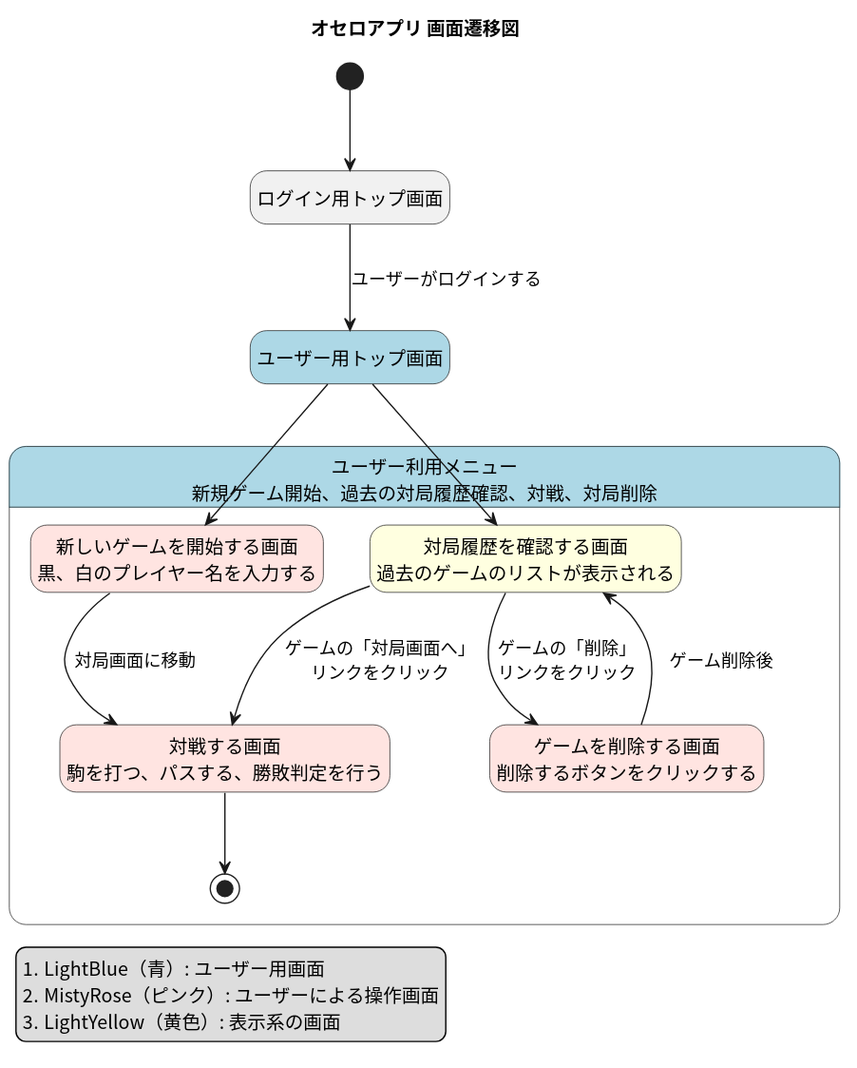
Earlier version of the PlantUML export docs/screen_flow/screen_flow_diagram/screen_flow.svg (tomoki-shiozaki/othello).
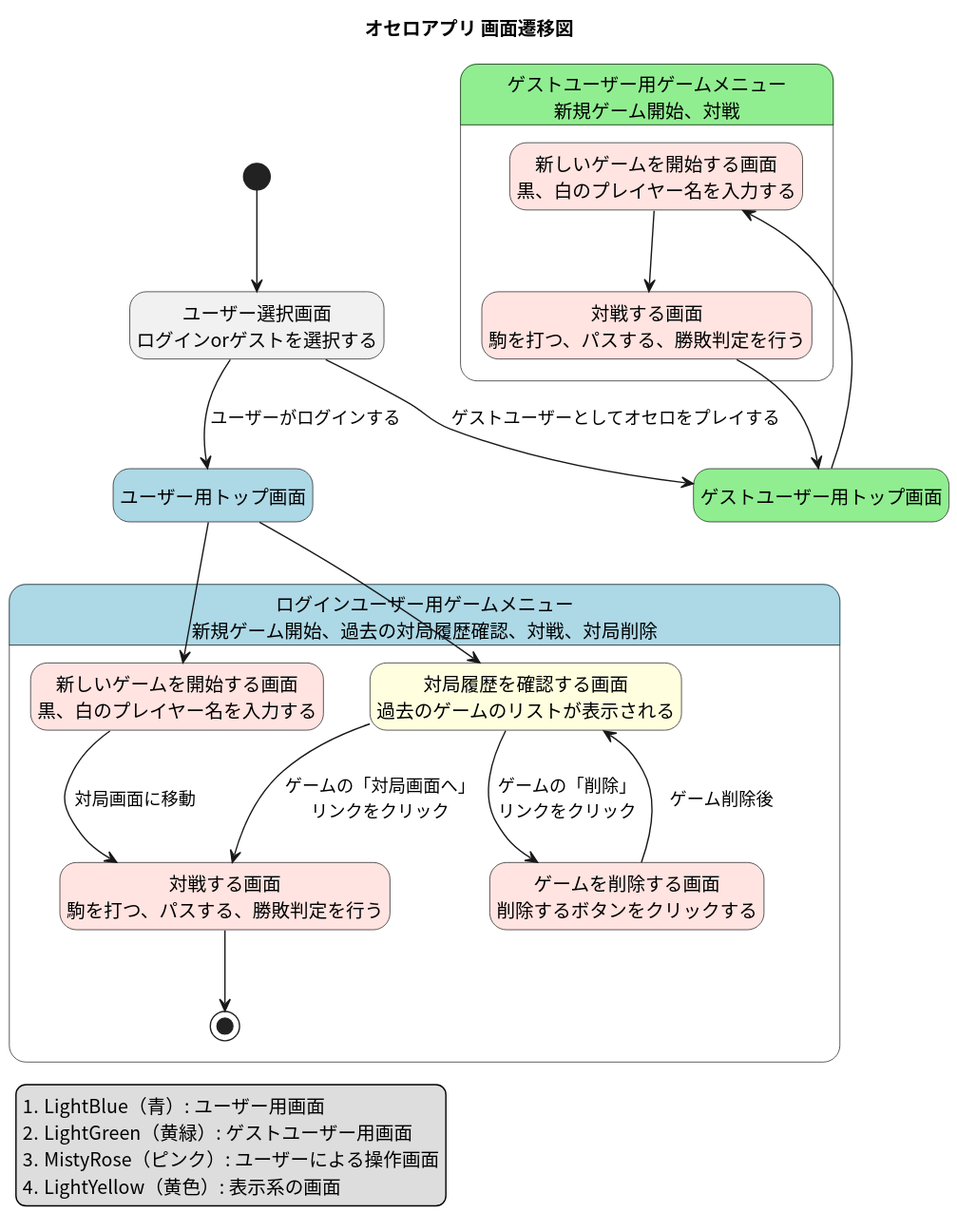
Later version of the same file.

Commit message:
docs: add guest user play to the screen flow diagram, update transitions

The edit, as a diff of the source:
```diff
@@ -7,18 +7,20 @@
 
 legend left
 #LightBlue（青）: ユーザー用画面
+#LightGreen（黄緑）: ゲストユーザー用画面
 #MistyRose（ピンク）: ユーザーによる操作画面
 #LightYellow（黄色）: 表示系の画面
 end legend
 
 [*] --> notLogin
 
-state "ログイン用トップ画面" as notLogin
+state "ユーザー選択画面\nログインorゲストを選択する" as notLogin
 state "ユーザー用トップ画面" as user #LightBlue
+
 
 notLogin --> user : ユーザーがログインする
 
-state "ユーザー利用メニュー\n新規ゲーム開始、過去の対局履歴確認、対戦、対局削除" as GameUse #LightBlue {
+state "ログインユーザー用ゲームメニュー\n新規ゲーム開始、過去の対局履歴確認、対戦、対局削除" as loginGameMenu #LightBlue {
     state "新しいゲームを開始する画面\n黒、白のプレイヤー名を入力する" as newGame <<操作>>
     state "対戦する画面\n駒を打つ、パスする、勝敗判定を行う" as playGame <<操作>>
     state "対局履歴を確認する画面\n過去のゲームのリストが表示される" as GameHistory <<表示>>
@@ -33,6 +35,17 @@
 user --> newGame
 user --> GameHistory
 
+state "ゲストユーザー用トップ画面" as guestUserTop #LightGreen
+notLogin --> guestUserTop : ゲストユーザーとしてオセロをプレイする
+
+state "ゲストユーザー用ゲームメニュー\n新規ゲーム開始、対戦" as guestGameMenu #LightGreen {
+  state "新しいゲームを開始する画面\n黒、白のプレイヤー名を入力する" as newGuestGame <<操作>>
+  state "対戦する画面\n駒を打つ、パスする、勝敗判定を行う" as playGuestGame <<操作>>
+  newGuestGame -->playGuestGame
+}
+guestUserTop --> newGuestGame
+playGuestGame --> guestUserTop
+
 skinparam state {
   BackgroundColor<<操作>> MistyRose
   BackgroundColor<<表示>> LightYellow
```
